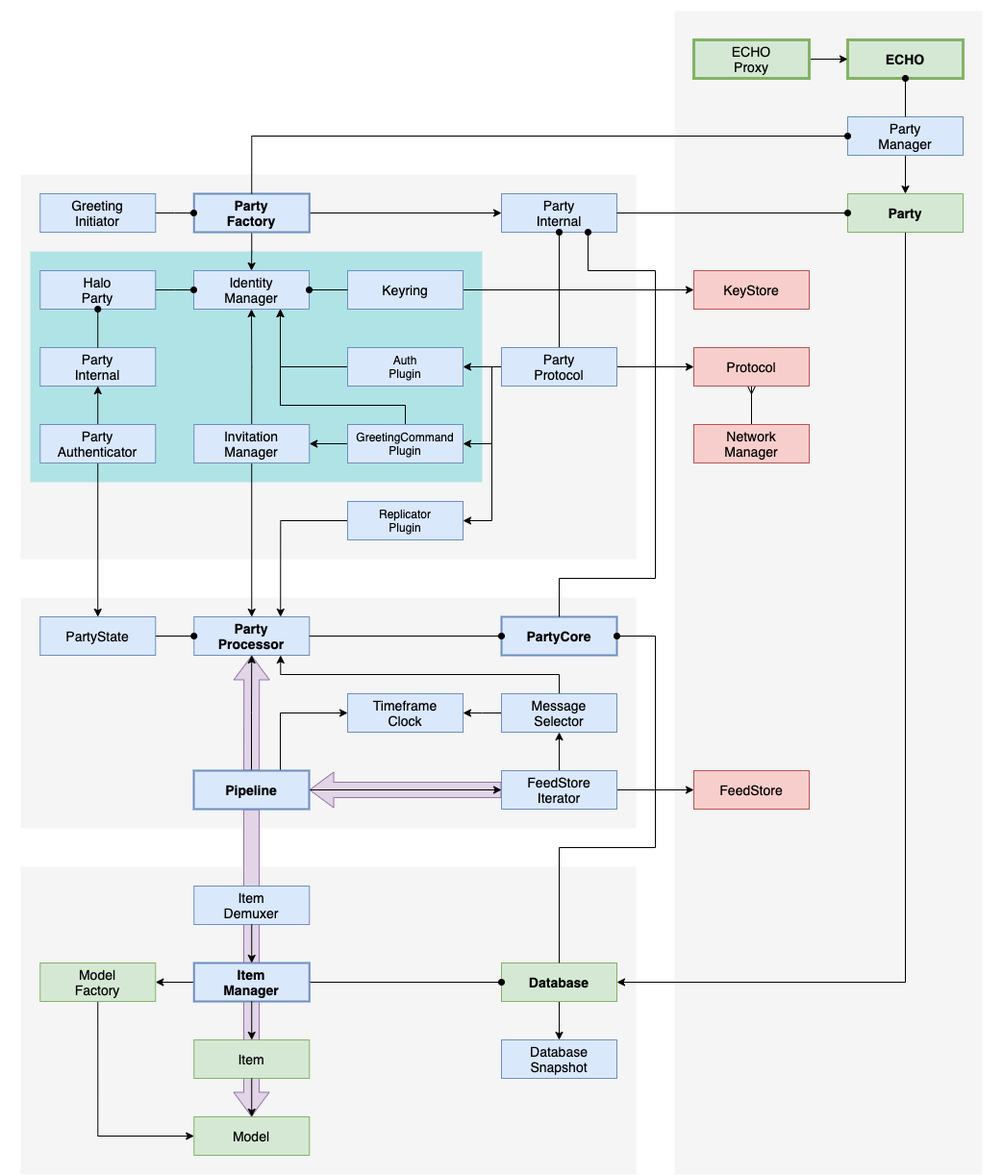
Before: docs/diagrams/echo-architecture.png, a diagram exported from draw.io (dxos/dxos). Source tidied: cells renumbered, new cells last; positions are measured from the earlier drawing's top-left corner, leaving out a move shared by most shapes.
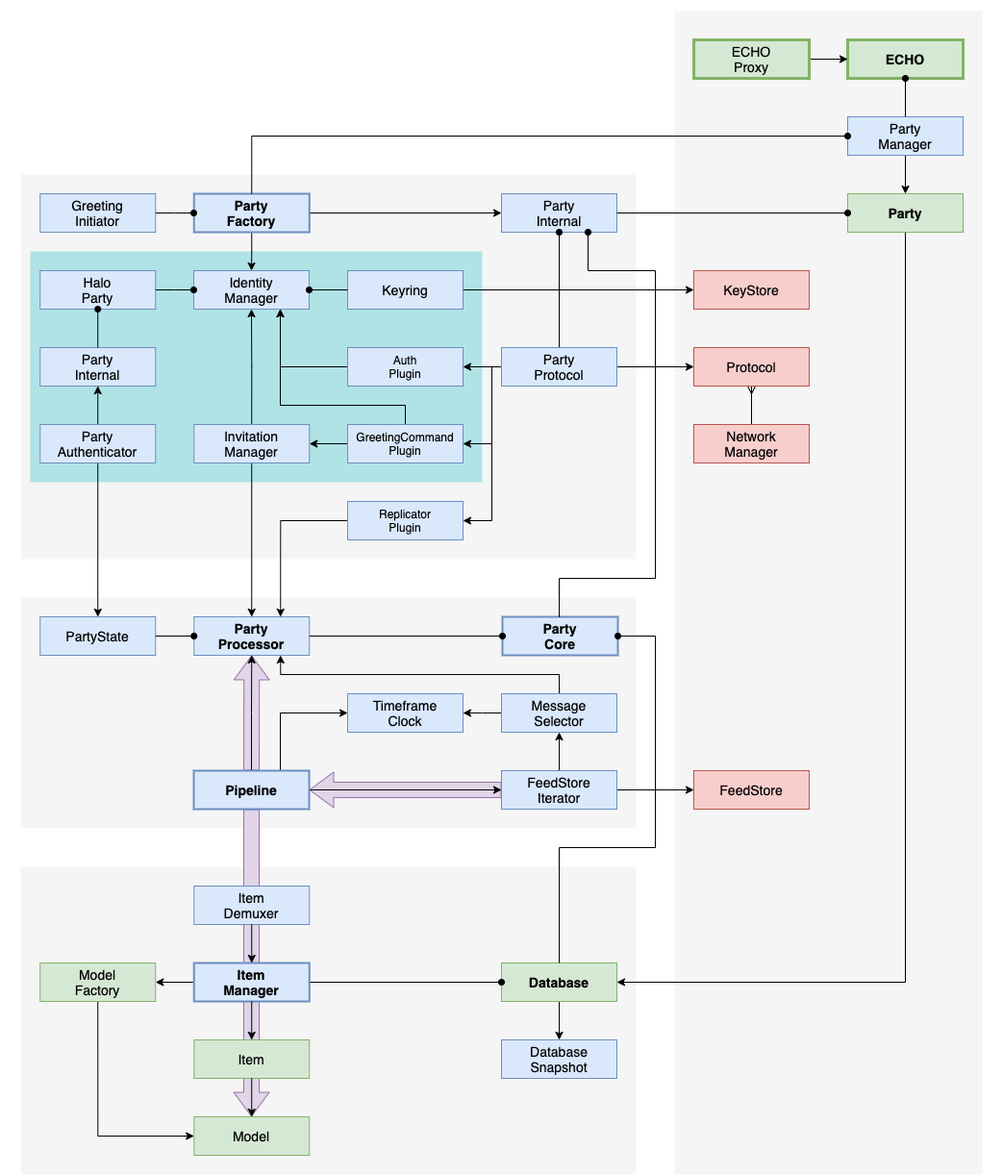
After the change.

Diff of the diagram source:
```diff
@@ -284,8 +284,8 @@
     <mxCell id="82" style="edgeStyle=orthogonalEdgeStyle;rounded=0;jettySize=auto;html=1;exitX=0.5;exitY=1;exitDx=0;exitDy=0;entryX=0.5;entryY=0;entryDx=0;entryDy=0;fontSize=12;startArrow=oval;startFill=1;endArrow=none;endFill=0;" parent="1" edge="1" source="74" target="86">
       <mxGeometry relative="1" as="geometry" />
     </mxCell>
-    <mxCell id="83" value="PartyCore" style="rounded=0;whiteSpace=wrap;html=1;fontSize=14;fontFamily=Helvetica;fillColor=#dae8fc;strokeColor=#6c8ebf;fontStyle=1;strokeWidth=2;" parent="1" vertex="1">
-      <mxGeometry x="520" y="640" width="120" height="40" as="geometry" />
+    <mxCell id="83" value="Party&lt;br&gt;Core" style="rounded=0;whiteSpace=wrap;html=1;fontSize=14;fontFamily=Helvetica;fillColor=#dae8fc;strokeColor=#6c8ebf;fontStyle=1;strokeWidth=2;" parent="1" vertex="1">
+      <mxGeometry x="521" y="640" width="120" height="40" as="geometry" />
     </mxCell>
     <mxCell id="84" style="edgeStyle=orthogonalEdgeStyle;rounded=0;jettySize=auto;html=1;exitX=1;exitY=0.5;exitDx=0;exitDy=0;entryX=0;entryY=0.5;entryDx=0;entryDy=0;endArrow=oval;endFill=1;" parent="1" edge="1" source="12" target="83">
       <mxGeometry relative="1" as="geometry" />
```
